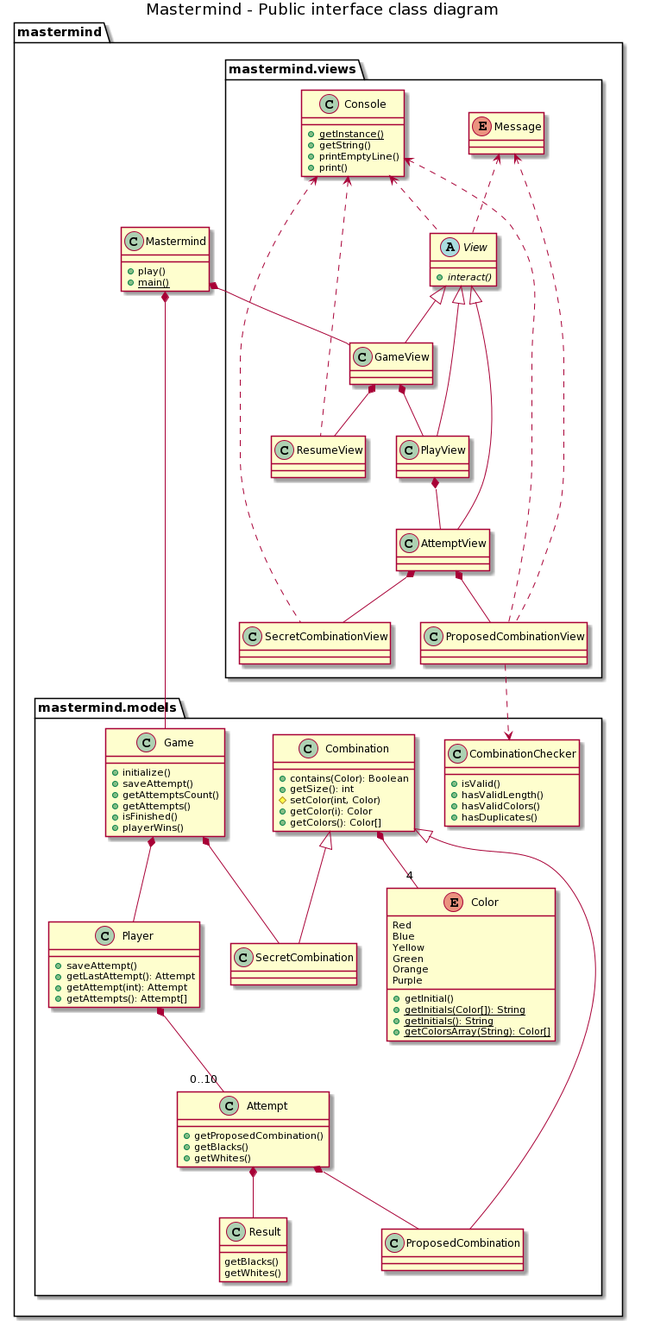
Above: mastermind-public-interface.png in Master-Desarrollo-20-21/diseno-oo-ejercicio2-mastermind-document-view-ferllop (PlantUML), before the change.
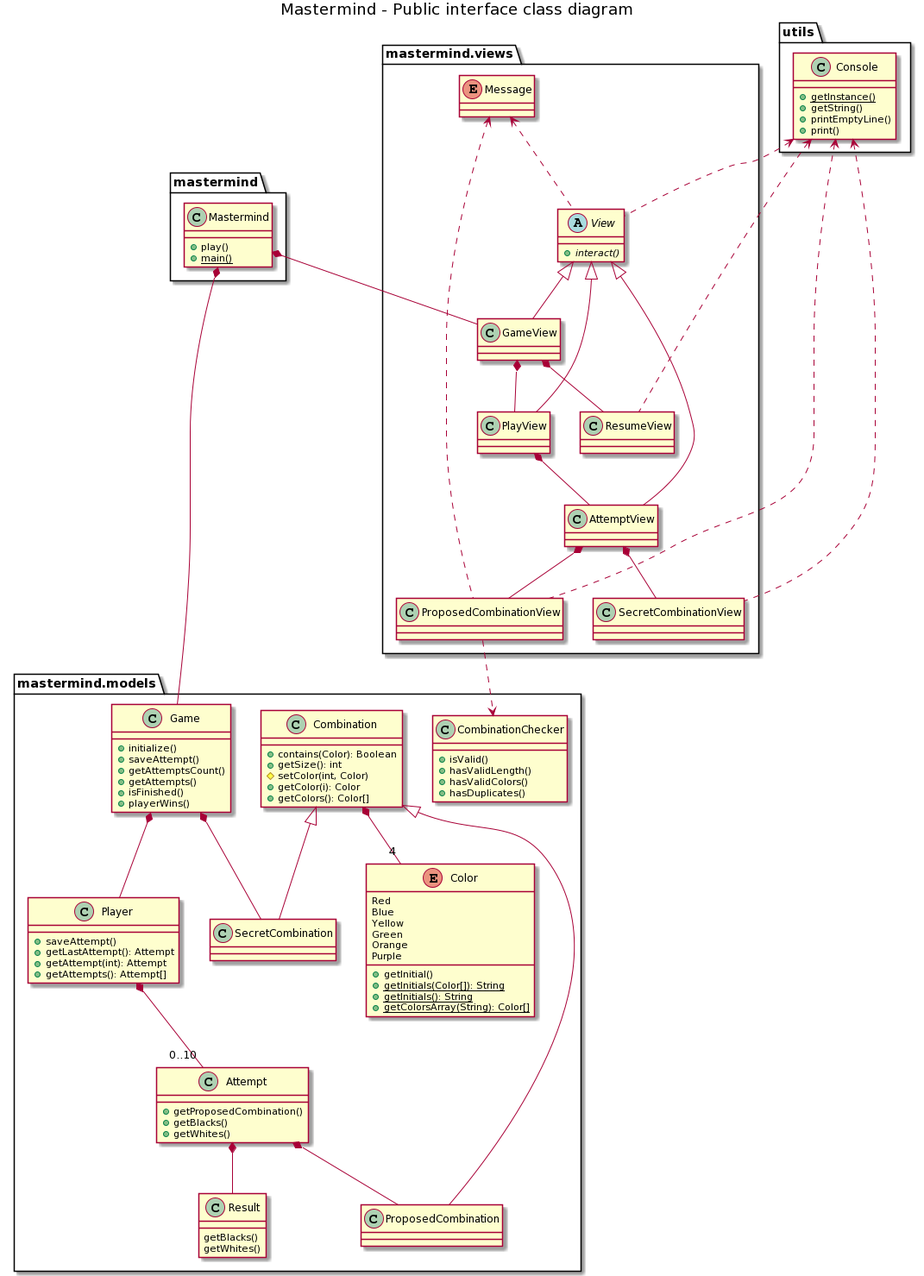
Above is the later version.

What changed in the source:
```diff
@@ -6,112 +6,115 @@
         +play()
         +{static} main()
     }
+}
 
-    package mastermind.models {
-        Mastermind *-- Game
+package mastermind.models {
+    Mastermind *-- Game
 
-        class Game {
-            +initialize()
-            +saveAttempt()
-            +getAttemptsCount()
-            +getAttempts()
-            +isFinished()
-            +playerWins()
-        }
-        Game *-- SecretCombination
-        Game *-- Player
+    class Game {
+        +initialize()
+        +saveAttempt()
+        +getAttemptsCount()
+        +getAttempts()
+        +isFinished()
+        +playerWins()
+    }
+    Game *-- SecretCombination
+    Game *-- Player
 
-        class Combination{
-            +contains(Color): Boolean
-            +getSize(): int
-            #setColor(int, Color)
-            +getColor(i): Color
-            +getColors(): Color[]
-        }
-        Combination *-- "4" Color
-        Combination <|-- SecretCombination
-        Combination <|-- ProposedCombination
+    class Combination{
+        +contains(Color): Boolean
+        +getSize(): int
+        #setColor(int, Color)
+        +getColor(i): Color
+        +getColors(): Color[]
+    }
+    Combination *-- "4" Color
+    Combination <|-- SecretCombination
+    Combination <|-- ProposedCombination
 
-        class Attempt {
-            +getProposedCombination()
-            +getBlacks()
-            +getWhites()
-        }
-        Attempt *-- ProposedCombination
-        Attempt *-- Result
+    class Attempt {
+        +getProposedCombination()
+        +getBlacks()
+        +getWhites()
+    }
+    Attempt *-- ProposedCombination
+    Attempt *-- Result
 
-        class Result {
-            getBlacks()
-            getWhites()
-        }
-
-        class Player {
-            +saveAttempt()
-            +getLastAttempt(): Attempt
-            +getAttempt(int): Attempt
-            +getAttempts(): Attempt[]
-        }
-        Player *-- "0..10"Attempt
-
-        Enum Color {
-            Red
-            Blue
-            Yellow
-            Green
-            Orange
-            Purple
-            +getInitial()
-            +{static}getInitials(Color[]): String
-            +{static}getInitials(): String
-            +{static}getColorsArray(String): Color[]
-        }
-
-        class CombinationChecker{
-            +isValid()
-            +hasValidLength()
-            +hasValidColors()
-            +hasDuplicates()
-        }
+    class Result {
+        getBlacks()
+        getWhites()
     }
 
-    package mastermind.views {
-        Mastermind *-- GameView
+    class Player {
+        +saveAttempt()
+        +getLastAttempt(): Attempt
+        +getAttempt(int): Attempt
+        +getAttempts(): Attempt[]
+    }
+    Player *-- "0..10"Attempt
 
-        abstract class View {
-            +{abstract}interact()
-        }
-        View <|-- GameView
-        View <|-- PlayView
-        View <|-- AttemptView
+    Enum Color {
+        Red
+        Blue
+        Yellow
+        Green
+        Orange
+        Purple
+        +getInitial()
+        +{static}getInitials(Color[]): String
+        +{static}getInitials(): String
+        +{static}getColorsArray(String): Color[]
+    }
 
-        class GameView{}
-        GameView *-- PlayView
-        GameView *-- ResumeView
-
-        class PlayView{}
-        PlayView *-- AttemptView
-
-        class AttemptView{}
-        AttemptView *-- ProposedCombinationView
-        AttemptView *-- SecretCombinationView
-
-        class ProposedCombinationView{}
-        ProposedCombinationView ..> CombinationChecker
-
-        enum Message{}
-        Message <.. ProposedCombinationView
-        Message <.. View
-
-        class Console {
-            +{static}getInstance()
-            +getString()
-            +printEmptyLine()
-            +print()
-        }
-        Console <.. View
-        Console <.. ProposedCombinationView
-        Console <.. SecretCombinationView
-        Console <.. ResumeView
+    class CombinationChecker{
+        +isValid()
+        +hasValidLength()
+        +hasValidColors()
+        +hasDuplicates()
     }
 }
+
+package mastermind.views {
+    Mastermind *-- GameView
+
+    abstract class View {
+        +{abstract}interact()
+    }
+    View <|-- GameView
+    View <|-- PlayView
+    View <|-- AttemptView
+
+    class GameView{}
+    GameView *-- PlayView
+    GameView *-- ResumeView
+
+    class PlayView{}
+    PlayView *-- AttemptView
+
+    class AttemptView{}
+    AttemptView *-- ProposedCombinationView
+    AttemptView *-- SecretCombinationView
+
+    class ProposedCombinationView{}
+    ProposedCombinationView ..> CombinationChecker
+
+    enum Message{}
+    Message <.. ProposedCombinationView
+    Message <.. View
+
+
+}
+
+package utils {
+    class Console {
+        +{static}getInstance()
+        +getString()
+        +printEmptyLine()
+        +print()
+    }
+    Console <.. View
+    Console <.. ProposedCombinationView
+    Console <.. SecretCombinationView
+    Console <.. ResumeView
 @enduml
```
